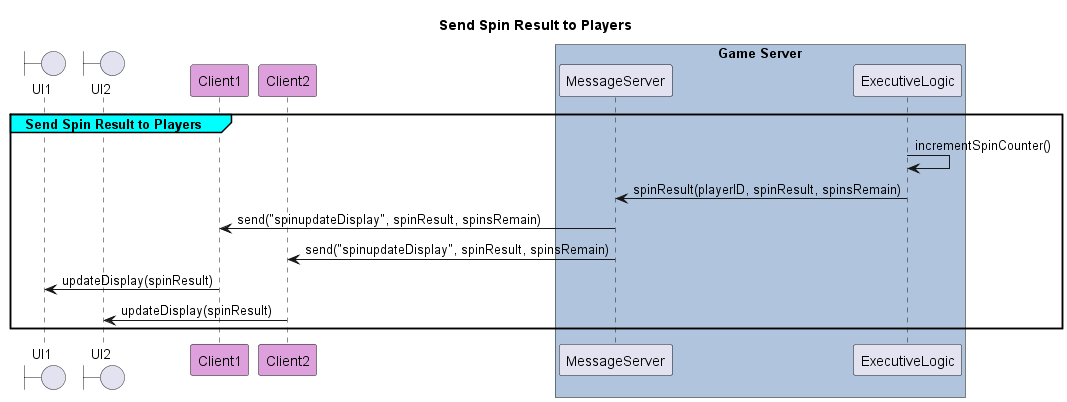
This is out/diagrams/seq-diagram-update-spin-result/Send Spin Result to Players.png from poszy/def_spinit_project, a PlantUML export, as it was before one commit. Source of this version:
```plantuml
@startuml Send Spin Result to Players
title Send Spin Result to Players

boundary    UI1
boundary    UI2

participant Client1 #Plum
participant Client2 #Plum

box "Game Server" #LightSteelBlue
participant MessageServer as Server
participant ExecutiveLogic
end box

    group#Cyan Send Spin Result to Players
        ExecutiveLogic -> ExecutiveLogic : incrementSpinCounter()

        Server <- ExecutiveLogic: spinResult(playerID, spinResult, spinsRemain)
        Client1 <- Server: send("spinupdateDisplay", spinResult, spinsRemain)
        Client2 <- Server: send("spinupdateDisplay", spinResult, spinsRemain)

        UI1 <- Client1: updateDisplay(spinResult)
        UI2 <- Client2: updateDisplay(spinResult)

    end

@enduml
```
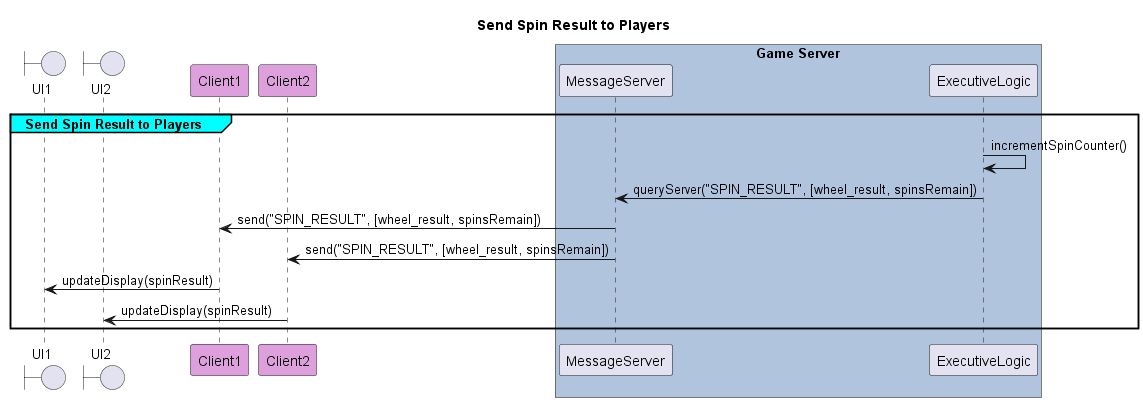
After the commit.

Change to the diagram source:
```diff
@@ -12,12 +12,13 @@
 participant ExecutiveLogic
 end box
 
+
     group#Cyan Send Spin Result to Players
         ExecutiveLogic -> ExecutiveLogic : incrementSpinCounter()
 
-        Server <- ExecutiveLogic: spinResult(playerID, spinResult, spinsRemain)
-        Client1 <- Server: send("spinupdateDisplay", spinResult, spinsRemain)
-        Client2 <- Server: send("spinupdateDisplay", spinResult, spinsRemain)
+        Server <- ExecutiveLogic: queryServer("SPIN_RESULT", [wheel_result, spinsRemain])
+        Client1 <- Server: send("SPIN_RESULT", [wheel_result, spinsRemain])
+        Client2 <- Server: send("SPIN_RESULT", [wheel_result, spinsRemain])
 
         UI1 <- Client1: updateDisplay(spinResult)
         UI2 <- Client2: updateDisplay(spinResult)
```
